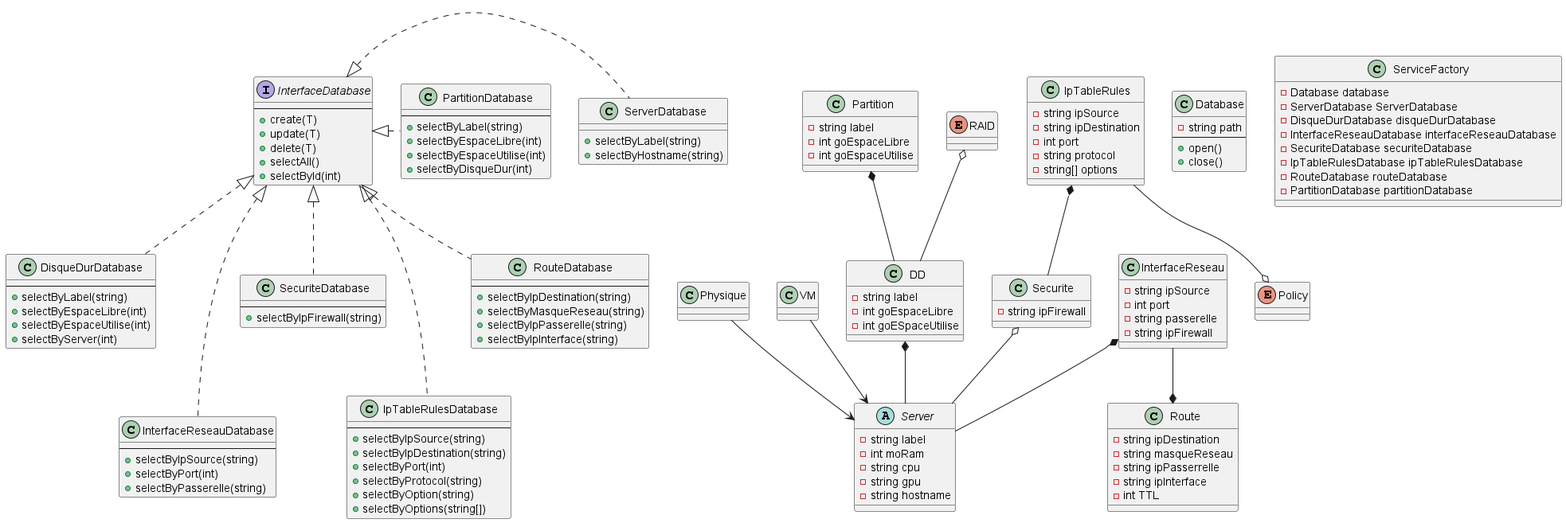
McBaxck/cmdb keeps this PlantUML diagram as Documentation/diagramme-classe.png. Above is the earlier version.
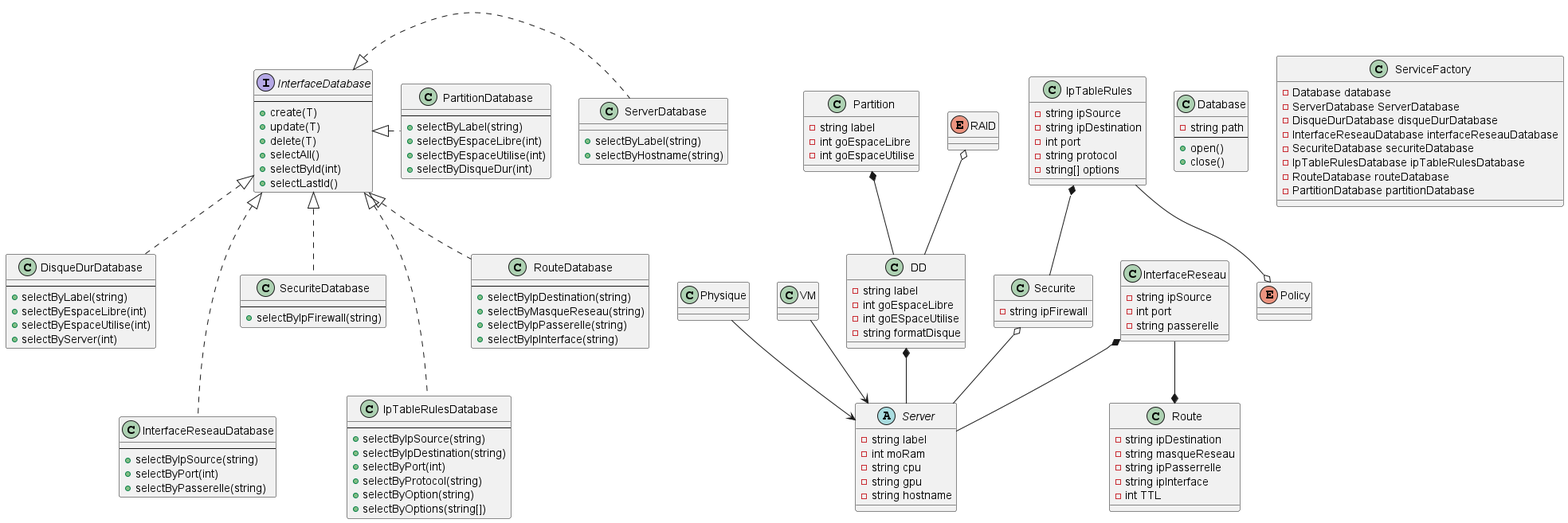
Above is the later version.

Commit message:
Ajout FormatDisque, SelectLastId Retrait ipFirewall (InterfaceReseau) Correction MCD: ID Interface Reseau

What changed in the source:
```diff
@@ -20,6 +20,7 @@
     - string label
     - int goEspaceLibre
     - int goESpaceUtilise
+    - string formatDisque
 }
 
 class Partition {
@@ -32,7 +33,6 @@
     - string ipSource
     - int port
     - string passerelle
-    - string ipFirewall
 }
 
 class IpTableRules {
@@ -69,6 +69,7 @@
     + delete(T)
     + selectAll()
     + selectById(int)
+    + selectLastId()
 }
 
 class ServerDatabase {
```
